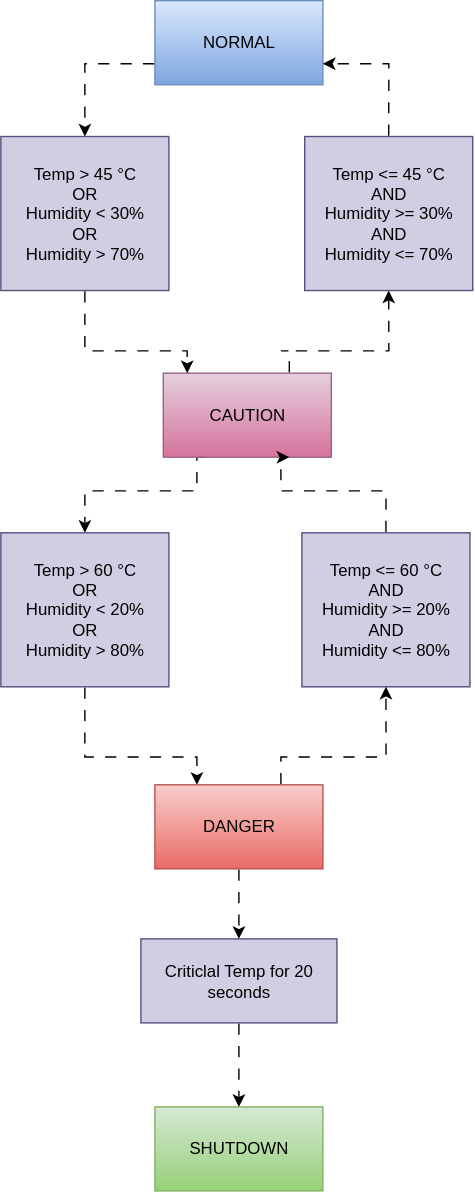
Before: docs/Untitled Diagram.drawio.svg, a diagram exported from draw.io (Oshadha345/server-sentinel-c). Source tidied: cells renumbered, new cells last; positions are measured from the earlier drawing's top-left corner, leaving out a move shared by most shapes.
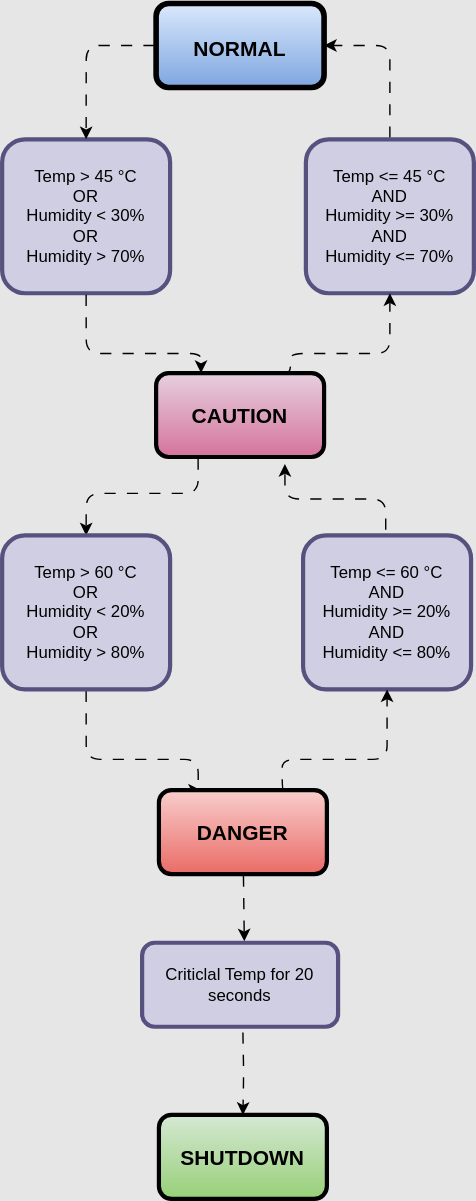
Later version of the same file.

Commit message:
Update system state diagram for temp/humidity logic

Expanded the draw.io SVG diagram to detail system state transitions based on temperature and humidity thresholds, including NORMAL, CAUTION, DANGER, and SHUTDOWN states. This provides clearer documentation of the logic and conditions for each state.

Change to the diagram source:
```diff
@@ -1,28 +1,28 @@
-<mxGraphModel>
+<mxGraphModel background="#E6E6E6">
   <root>
     <mxCell id="0" />
     <mxCell id="1" parent="0" />
-    <mxCell id="2" value="NORMAL" style="rounded=0;whiteSpace=wrap;html=1;fillColor=#dae8fc;strokeColor=#6c8ebf;gradientColor=#7ea6e0;" parent="1" vertex="1">
+    <mxCell id="2" value="&lt;h1&gt;&lt;b&gt;&lt;font style=&quot;font-size: 15px;&quot;&gt;NORMAL&lt;/font&gt;&lt;/b&gt;&lt;/h1&gt;" style="rounded=1;whiteSpace=wrap;html=1;fillColor=#dae8fc;strokeColor=#000000;gradientColor=#7ea6e0;strokeWidth=4;" parent="1" vertex="1">
       <mxGeometry x="110" width="120" height="60" as="geometry" />
     </mxCell>
-    <mxCell id="3" value="Temp &amp;gt; 45&amp;nbsp;°C&lt;div&gt;OR&lt;/div&gt;&lt;div&gt;Humidity &amp;lt; 30%&lt;/div&gt;&lt;div&gt;OR&lt;/div&gt;&lt;div&gt;Humidity &amp;gt; 70%&lt;/div&gt;" style="rounded=0;whiteSpace=wrap;html=1;fillColor=#d0cee2;strokeColor=#56517e;" parent="1" vertex="1">
+    <mxCell id="3" value="Temp &amp;gt; 45&amp;nbsp;°C&lt;div&gt;OR&lt;/div&gt;&lt;div&gt;Humidity &amp;lt; 30%&lt;/div&gt;&lt;div&gt;OR&lt;/div&gt;&lt;div&gt;Humidity &amp;gt; 70%&lt;/div&gt;" style="rounded=1;whiteSpace=wrap;html=1;fillColor=#d0cee2;strokeColor=#56517e;strokeWidth=3;" parent="1" vertex="1">
       <mxGeometry y="97" width="120" height="110" as="geometry" />
     </mxCell>
-    <mxCell id="4" style="edgeStyle=orthogonalEdgeStyle;rounded=0;jettySize=auto;html=1;exitX=0.5;exitY=0;exitDx=0;exitDy=0;entryX=1;entryY=0.75;entryDx=0;entryDy=0;flowAnimation=1;" parent="1" edge="1" source="5" target="2">
+    <mxCell id="4" style="edgeStyle=orthogonalEdgeStyle;rounded=1;jettySize=auto;html=1;exitX=0.5;exitY=0;exitDx=0;exitDy=0;entryX=1;entryY=0.5;entryDx=0;entryDy=0;flowAnimation=1;" parent="1" edge="1" source="5" target="2">
       <mxGeometry relative="1" as="geometry" />
     </mxCell>
-    <mxCell id="5" value="&lt;font style=&quot;color: light-dark(rgb(0, 0, 0), rgb(255, 255, 255));&quot;&gt;Temp &amp;lt;= 45&amp;nbsp;°C&lt;/font&gt;&lt;div&gt;&lt;font style=&quot;color: light-dark(rgb(0, 0, 0), rgb(255, 255, 255));&quot;&gt;AND&lt;/font&gt;&lt;/div&gt;&lt;div&gt;&lt;font style=&quot;color: light-dark(rgb(0, 0, 0), rgb(255, 255, 255));&quot;&gt;Humidity &amp;gt;= 30%&lt;/font&gt;&lt;/div&gt;&lt;div&gt;&lt;span style=&quot;background-color: transparent;&quot;&gt;&lt;font style=&quot;color: light-dark(rgb(0, 0, 0), rgb(255, 255, 255));&quot;&gt;AND&lt;/font&gt;&lt;/span&gt;&lt;/div&gt;&lt;div&gt;&lt;span style=&quot;background-color: transparent;&quot;&gt;&lt;font style=&quot;color: light-dark(rgb(0, 0, 0), rgb(255, 255, 255));&quot;&gt;Humidity &amp;lt;= 70%&lt;/font&gt;&lt;/span&gt;&lt;/div&gt;" style="rounded=0;whiteSpace=wrap;html=1;fillColor=#d0cee2;strokeColor=#56517e;" parent="1" vertex="1">
+    <mxCell id="5" value="&lt;font style=&quot;color: light-dark(rgb(0, 0, 0), rgb(255, 255, 255));&quot;&gt;Temp &amp;lt;= 45&amp;nbsp;°C&lt;/font&gt;&lt;div&gt;&lt;font style=&quot;color: light-dark(rgb(0, 0, 0), rgb(255, 255, 255));&quot;&gt;AND&lt;/font&gt;&lt;/div&gt;&lt;div&gt;&lt;font style=&quot;color: light-dark(rgb(0, 0, 0), rgb(255, 255, 255));&quot;&gt;Humidity &amp;gt;= 30%&lt;/font&gt;&lt;/div&gt;&lt;div&gt;&lt;span style=&quot;background-color: transparent;&quot;&gt;&lt;font style=&quot;color: light-dark(rgb(0, 0, 0), rgb(255, 255, 255));&quot;&gt;AND&lt;/font&gt;&lt;/span&gt;&lt;/div&gt;&lt;div&gt;&lt;span style=&quot;background-color: transparent;&quot;&gt;&lt;font style=&quot;color: light-dark(rgb(0, 0, 0), rgb(255, 255, 255));&quot;&gt;Humidity &amp;lt;= 70%&lt;/font&gt;&lt;/span&gt;&lt;/div&gt;" style="rounded=1;whiteSpace=wrap;html=1;fillColor=#d0cee2;strokeColor=#56517e;strokeWidth=3;" parent="1" vertex="1">
       <mxGeometry x="217" y="97" width="120" height="110" as="geometry" />
     </mxCell>
-    <mxCell id="6" style="edgeStyle=orthogonalEdgeStyle;rounded=0;jettySize=auto;html=1;exitX=0.75;exitY=0;exitDx=0;exitDy=0;entryX=0.5;entryY=1;entryDx=0;entryDy=0;flowAnimation=1;" parent="1" edge="1" source="8" target="5">
+    <mxCell id="6" style="edgeStyle=orthogonalEdgeStyle;rounded=1;jettySize=auto;html=1;exitX=0.75;exitY=0;exitDx=0;exitDy=0;entryX=0.5;entryY=1;entryDx=0;entryDy=0;flowAnimation=1;" parent="1" edge="1" source="8" target="5">
       <mxGeometry relative="1" as="geometry">
         <Array as="points">
-          <mxPoint x="200" y="250" />
-          <mxPoint x="280" y="250" />
+          <mxPoint x="206" y="250" />
+          <mxPoint x="277" y="250" />
         </Array>
       </mxGeometry>
     </mxCell>
-    <mxCell id="7" style="edgeStyle=orthogonalEdgeStyle;rounded=0;jettySize=auto;html=1;exitX=0.25;exitY=1;exitDx=0;exitDy=0;entryX=0.5;entryY=0;entryDx=0;entryDy=0;flowAnimation=1;" parent="1" edge="1" source="8" target="10">
+    <mxCell id="7" style="edgeStyle=orthogonalEdgeStyle;rounded=1;jettySize=auto;html=1;exitX=0.25;exitY=1;exitDx=0;exitDy=0;entryX=0.5;entryY=0;entryDx=0;entryDy=0;flowAnimation=1;" parent="1" edge="1" source="8" target="10">
       <mxGeometry relative="1" as="geometry">
         <Array as="points">
           <mxPoint x="140" y="350" />
@@ -30,10 +30,10 @@
         </Array>
       </mxGeometry>
     </mxCell>
-    <mxCell id="8" value="CAUTION" style="rounded=0;whiteSpace=wrap;html=1;fillColor=#e6d0de;strokeColor=#996185;gradientColor=#d5739d;" parent="1" vertex="1">
-      <mxGeometry x="116" y="266" width="120" height="60" as="geometry" />
+    <mxCell id="8" value="&lt;font style=&quot;font-size: 15px;&quot;&gt;&lt;b&gt;CAUTION&lt;/b&gt;&lt;/font&gt;" style="rounded=1;whiteSpace=wrap;html=1;fillColor=#e6d0de;strokeColor=#000000;gradientColor=#d5739d;strokeWidth=3;" parent="1" vertex="1">
+      <mxGeometry x="110" y="264" width="120" height="60" as="geometry" />
     </mxCell>
-    <mxCell id="9" style="edgeStyle=orthogonalEdgeStyle;rounded=0;jettySize=auto;html=1;exitX=0.5;exitY=1;exitDx=0;exitDy=0;entryX=0.25;entryY=0;entryDx=0;entryDy=0;flowAnimation=1;" parent="1" edge="1" source="10" target="15">
+    <mxCell id="9" style="edgeStyle=orthogonalEdgeStyle;rounded=1;jettySize=auto;html=1;exitX=0.5;exitY=1;exitDx=0;exitDy=0;entryX=0.25;entryY=0;entryDx=0;entryDy=0;flowAnimation=1;" parent="1" edge="1" source="10" target="15">
       <mxGeometry relative="1" as="geometry">
         <Array as="points">
           <mxPoint x="60" y="540" />
@@ -41,21 +41,23 @@
         </Array>
       </mxGeometry>
     </mxCell>
-    <mxCell id="10" value="Temp &amp;gt; 60 °C&lt;div&gt;OR&lt;/div&gt;&lt;div&gt;Humidity &amp;lt; 20%&lt;/div&gt;&lt;div&gt;OR&lt;/div&gt;&lt;div&gt;Humidity &amp;gt; 80%&lt;/div&gt;" style="rounded=0;whiteSpace=wrap;html=1;fillColor=#d0cee2;strokeColor=#56517e;" parent="1" vertex="1">
+    <mxCell id="10" value="Temp &amp;gt; 60 °C&lt;div&gt;OR&lt;/div&gt;&lt;div&gt;Humidity &amp;lt; 20%&lt;/div&gt;&lt;div&gt;OR&lt;/div&gt;&lt;div&gt;Humidity &amp;gt; 80%&lt;/div&gt;" style="rounded=1;whiteSpace=wrap;html=1;fillColor=#d0cee2;strokeColor=#56517e;strokeWidth=3;" parent="1" vertex="1">
       <mxGeometry y="380" width="120" height="110" as="geometry" />
     </mxCell>
-    <mxCell id="11" style="edgeStyle=orthogonalEdgeStyle;rounded=0;jettySize=auto;html=1;exitX=0.5;exitY=0;exitDx=0;exitDy=0;entryX=0.75;entryY=1;entryDx=0;entryDy=0;flowAnimation=1;" parent="1" edge="1" source="12" target="8">
+    <mxCell id="11" style="edgeStyle=orthogonalEdgeStyle;rounded=1;orthogonalLoop=1;jettySize=auto;html=1;exitX=0.5;exitY=0;exitDx=0;exitDy=0;flowAnimation=1;" parent="1" edge="1">
       <mxGeometry relative="1" as="geometry">
+        <mxPoint x="274" y="393" as="sourcePoint" />
+        <mxPoint x="202" y="329" as="targetPoint" />
         <Array as="points">
-          <mxPoint x="275" y="350" />
-          <mxPoint x="200" y="350" />
+          <mxPoint x="274" y="354" />
+          <mxPoint x="202" y="354" />
         </Array>
       </mxGeometry>
     </mxCell>
-    <mxCell id="12" value="Temp &amp;lt;= 60 °C&lt;div&gt;AND&lt;/div&gt;&lt;div&gt;Humidity &amp;gt;= 20%&lt;/div&gt;&lt;div&gt;&lt;span style=&quot;background-color: transparent; color: light-dark(rgb(0, 0, 0), rgb(255, 255, 255));&quot;&gt;AND&lt;/span&gt;&lt;/div&gt;&lt;div&gt;&lt;span style=&quot;background-color: transparent; color: light-dark(rgb(0, 0, 0), rgb(255, 255, 255));&quot;&gt;Humidity &amp;lt;= 80%&lt;/span&gt;&lt;/div&gt;" style="rounded=0;whiteSpace=wrap;html=1;fillColor=#d0cee2;strokeColor=#56517e;" parent="1" vertex="1">
+    <mxCell id="12" value="Temp &amp;lt;= 60 °C&lt;div&gt;AND&lt;/div&gt;&lt;div&gt;Humidity &amp;gt;= 20%&lt;/div&gt;&lt;div&gt;&lt;span style=&quot;background-color: transparent; color: light-dark(rgb(0, 0, 0), rgb(255, 255, 255));&quot;&gt;AND&lt;/span&gt;&lt;/div&gt;&lt;div&gt;&lt;span style=&quot;background-color: transparent; color: light-dark(rgb(0, 0, 0), rgb(255, 255, 255));&quot;&gt;Humidity &amp;lt;= 80%&lt;/span&gt;&lt;/div&gt;" style="rounded=1;whiteSpace=wrap;html=1;fillColor=#d0cee2;strokeColor=#56517e;strokeWidth=3;" parent="1" vertex="1">
       <mxGeometry x="215" y="380" width="120" height="110" as="geometry" />
     </mxCell>
-    <mxCell id="13" style="edgeStyle=orthogonalEdgeStyle;rounded=0;jettySize=auto;html=1;exitX=0.75;exitY=0;exitDx=0;exitDy=0;entryX=0.5;entryY=1;entryDx=0;entryDy=0;flowAnimation=1;" parent="1" edge="1" source="15" target="12">
+    <mxCell id="13" style="edgeStyle=orthogonalEdgeStyle;rounded=1;jettySize=auto;html=1;exitX=0.75;exitY=0;exitDx=0;exitDy=0;entryX=0.5;entryY=1;entryDx=0;entryDy=0;flowAnimation=1;" parent="1" edge="1" source="15" target="12">
       <mxGeometry relative="1" as="geometry">
         <Array as="points">
           <mxPoint x="200" y="540" />
@@ -63,30 +65,34 @@
         </Array>
       </mxGeometry>
     </mxCell>
-    <mxCell id="14" style="edgeStyle=orthogonalEdgeStyle;rounded=0;jettySize=auto;html=1;exitX=0.5;exitY=1;exitDx=0;exitDy=0;entryX=0.5;entryY=0;entryDx=0;entryDy=0;flowAnimation=1;" parent="1" edge="1" source="15" target="17">
-      <mxGeometry relative="1" as="geometry" />
-    </mxCell>
+    <mxCell id="21" style="edgeStyle=none;html=1;flowAnimation=1;" parent="1" edge="1" source="15">
+      <mxGeometry relative="1" as="geometry">
+        <mxPoint x="173" y="670" as="targetPoint" />
+      </mxGeometry>
+    </mxCell>
-    <mxCell id="15" value="DANGER" style="rounded=0;whiteSpace=wrap;html=1;fillColor=#f8cecc;strokeColor=#b85450;gradientColor=#ea6b66;" parent="1" vertex="1">
-      <mxGeometry x="110" y="560" width="120" height="60" as="geometry" />
+    <mxCell id="15" value="&lt;font style=&quot;font-size: 15px;&quot;&gt;&lt;b&gt;DANGER&lt;/b&gt;&lt;/font&gt;" style="rounded=1;whiteSpace=wrap;html=1;fillColor=#f8cecc;strokeColor=#000000;gradientColor=#ea6b66;strokeWidth=3;" parent="1" vertex="1">
+      <mxGeometry x="112" y="562" width="120" height="60" as="geometry" />
     </mxCell>
-    <mxCell id="16" style="edgeStyle=orthogonalEdgeStyle;rounded=0;jettySize=auto;html=1;exitX=0.5;exitY=1;exitDx=0;exitDy=0;entryX=0.5;entryY=0;entryDx=0;entryDy=0;flowAnimation=1;" parent="1" edge="1" source="17" target="18">
-      <mxGeometry relative="1" as="geometry" />
+    <mxCell id="16" style="edgeStyle=orthogonalEdgeStyle;rounded=1;jettySize=auto;html=1;entryX=0.5;entryY=0;entryDx=0;entryDy=0;flowAnimation=1;" parent="1" edge="1" target="18">
+      <mxGeometry relative="1" as="geometry">
+        <mxPoint x="172" y="734" as="sourcePoint" />
+      </mxGeometry>
     </mxCell>
-    <mxCell id="17" value="Criticlal Temp for 20 seconds" style="rounded=0;whiteSpace=wrap;html=1;fillColor=#d0cee2;strokeColor=#56517e;" parent="1" vertex="1">
-      <mxGeometry x="100" y="670" width="140" height="60" as="geometry" />
+    <mxCell id="17" value="Criticlal Temp for 20 seconds" style="rounded=1;whiteSpace=wrap;html=1;fillColor=#d0cee2;strokeColor=#56517e;strokeWidth=3;" parent="1" vertex="1">
+      <mxGeometry x="100" y="671" width="140" height="60" as="geometry" />
     </mxCell>
-    <mxCell id="18" value="SHUTDOWN" style="rounded=0;whiteSpace=wrap;html=1;fillColor=#d5e8d4;strokeColor=#82b366;gradientColor=#97d077;" parent="1" vertex="1">
-      <mxGeometry x="110" y="790" width="120" height="60" as="geometry" />
+    <mxCell id="18" value="&lt;font style=&quot;font-size: 15px;&quot;&gt;&lt;b&gt;SHUTDOWN&lt;/b&gt;&lt;/font&gt;" style="rounded=1;whiteSpace=wrap;html=1;fillColor=#d5e8d4;strokeColor=#000000;gradientColor=#97d077;strokeWidth=3;" parent="1" vertex="1">
+      <mxGeometry x="112" y="794" width="120" height="60" as="geometry" />
     </mxCell>
-    <mxCell id="19" style="edgeStyle=orthogonalEdgeStyle;rounded=0;jettySize=auto;html=1;exitX=0.5;exitY=1;exitDx=0;exitDy=0;flowAnimation=1;" parent="1" edge="1" source="3" target="8">
+    <mxCell id="19" style="edgeStyle=orthogonalEdgeStyle;rounded=1;jettySize=auto;html=1;exitX=0.5;exitY=1;exitDx=0;exitDy=0;flowAnimation=1;" parent="1" edge="1" source="3" target="8">
       <mxGeometry relative="1" as="geometry">
         <Array as="points">
           <mxPoint x="60" y="250" />
-          <mxPoint x="133" y="250" />
+          <mxPoint x="142" y="250" />
         </Array>
       </mxGeometry>
     </mxCell>
-    <mxCell id="20" style="edgeStyle=orthogonalEdgeStyle;rounded=0;jettySize=auto;html=1;exitX=0;exitY=0.75;exitDx=0;exitDy=0;entryX=0.5;entryY=0;entryDx=0;entryDy=0;flowAnimation=1;" parent="1" edge="1" source="2" target="3">
+    <mxCell id="20" style="edgeStyle=orthogonalEdgeStyle;rounded=1;jettySize=auto;html=1;exitX=0;exitY=0.5;exitDx=0;exitDy=0;entryX=0.5;entryY=0;entryDx=0;entryDy=0;flowAnimation=1;" parent="1" edge="1" source="2" target="3">
       <mxGeometry relative="1" as="geometry" />
     </mxCell>
   </root>
```
